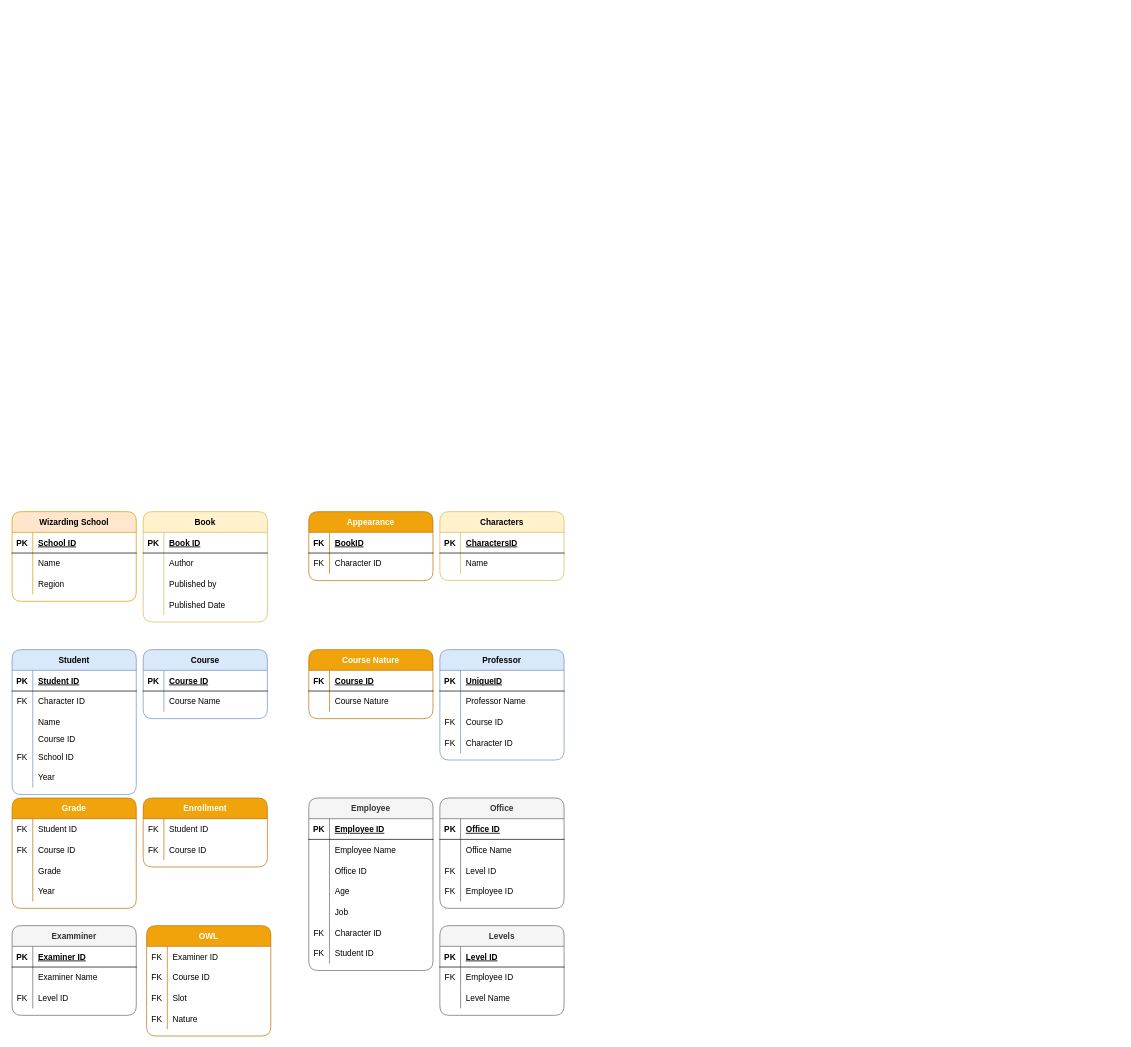
The draw.io diagram LabExam-ERD.drawio in mans00rahmed/Introduction-To-Databse-Lab, before the edit. Source tidied: cells renumbered, new cells numbered last; positions are measured from the earlier drawing's top-left corner, leaving out a move shared by most shapes. Both pictures are drawn from the tidied source at 69%, with x=0, y=0 at pixel (12, 511).
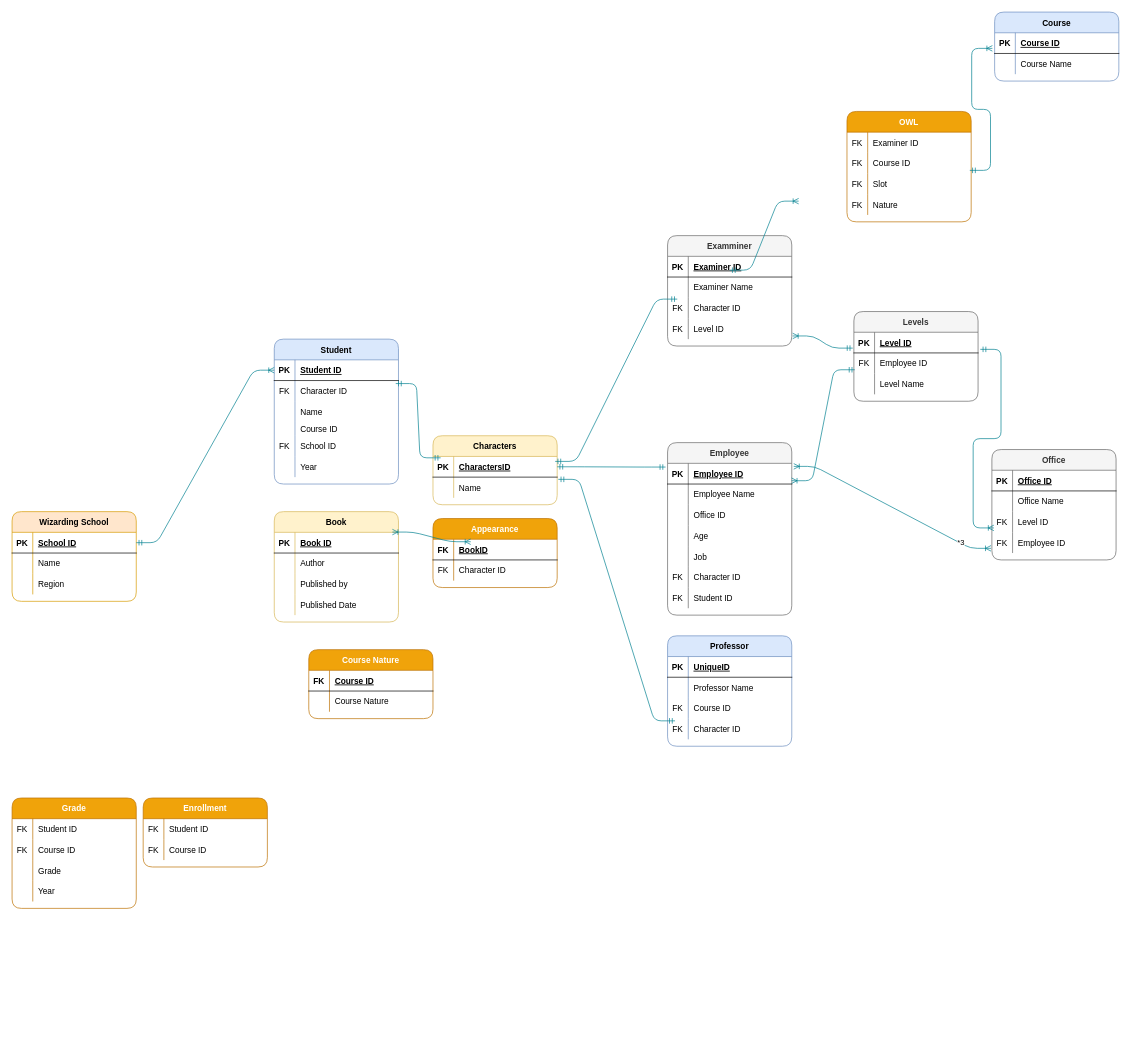
After the change.

The change refers to these unchanged cells:
```xml
<mxCell id="3" style="shape=partialRectangle;fillColor=none;top=0;left=0;bottom=1;right=0;points=[[0,0.5],[1,0.5]];portConstraint=eastwest;rounded=1;" parent="2" vertex="1">
  <mxGeometry y="30" width="180" height="30" as="geometry" />
</mxCell>
<mxCell id="13" style="shape=partialRectangle;fillColor=none;top=0;left=0;bottom=1;right=0;points=[[0,0.5],[1,0.5]];portConstraint=eastwest;rounded=1;" parent="12" vertex="1">
  <mxGeometry y="30" width="180" height="30" as="geometry" />
</mxCell>
<mxCell id="26" style="shape=partialRectangle;fillColor=none;top=0;left=0;bottom=1;right=0;points=[[0,0.5],[1,0.5]];portConstraint=eastwest;rounded=1;" parent="25" vertex="1">
  <mxGeometry y="30" width="180" height="30" as="geometry" />
</mxCell>
<mxCell id="33" style="shape=partialRectangle;fillColor=none;top=0;left=0;bottom=1;right=0;points=[[0,0.5],[1,0.5]];portConstraint=eastwest;rounded=1;" parent="32" vertex="1">
  <mxGeometry y="30" width="180" height="30" as="geometry" />
</mxCell>
<mxCell id="40" style="shape=partialRectangle;fillColor=none;top=0;left=0;bottom=1;right=0;points=[[0,0.5],[1,0.5]];portConstraint=eastwest;rounded=1;" parent="39" vertex="1">
  <mxGeometry y="30" width="180" height="30" as="geometry" />
</mxCell>
<mxCell id="43" style="shape=partialRectangle;fillColor=none;top=0;left=0;bottom=0;right=0;points=[[0,0.5],[1,0.5]];portConstraint=eastwest;rounded=1;" parent="39" vertex="1">
  <mxGeometry y="60" width="180" height="30" as="geometry" />
</mxCell>
<mxCell id="59" style="shape=partialRectangle;fillColor=none;top=0;left=0;bottom=1;right=0;points=[[0,0.5],[1,0.5]];portConstraint=eastwest;rounded=1;" parent="58" vertex="1">
  <mxGeometry y="30" width="180" height="30" as="geometry" />
</mxCell>
<mxCell id="82" style="shape=partialRectangle;fillColor=none;top=0;left=0;bottom=0;right=0;points=[[0,0.5],[1,0.5]];portConstraint=eastwest;rounded=1;" parent="72" vertex="1">
  <mxGeometry y="120" width="180" height="30" as="geometry" />
</mxCell>
<mxCell id="99" style="shape=partialRectangle;fillColor=none;top=0;left=0;bottom=1;right=0;points=[[0,0.5],[1,0.5]];portConstraint=eastwest;rounded=1;" parent="98" vertex="1">
  <mxGeometry y="30" width="180" height="30" as="geometry" />
</mxCell>
<mxCell id="102" style="shape=partialRectangle;fillColor=none;top=0;left=0;bottom=0;right=0;points=[[0,0.5],[1,0.5]];portConstraint=eastwest;rounded=1;" parent="98" vertex="1">
  <mxGeometry y="60" width="180" height="30" as="geometry" />
</mxCell>
<mxCell id="109" style="shape=partialRectangle;fillColor=none;top=0;left=0;bottom=1;right=0;points=[[0,0.5],[1,0.5]];portConstraint=eastwest;rounded=1;" parent="108" vertex="1">
  <mxGeometry y="30" width="180" height="30" as="geometry" />
</mxCell>
<mxCell id="137" style="shape=partialRectangle;fillColor=none;top=0;left=0;bottom=0;right=0;points=[[0,0.5],[1,0.5]];portConstraint=eastwest;rounded=1;" parent="130" vertex="1">
  <mxGeometry y="90" width="180" height="30" as="geometry" />
</mxCell>
<mxCell id="140" style="shape=partialRectangle;fillColor=none;top=0;left=0;bottom=0;right=0;points=[[0,0.5],[1,0.5]];portConstraint=eastwest;rounded=1;" parent="130" vertex="1">
  <mxGeometry y="120" width="180" height="30" as="geometry" />
</mxCell>
<mxCell id="154" style="shape=partialRectangle;fillColor=none;top=0;left=0;bottom=0;right=0;points=[[0,0.5],[1,0.5]];portConstraint=eastwest;rounded=1;" parent="150" vertex="1">
  <mxGeometry y="60" width="180" height="30" as="geometry" />
</mxCell>
```

What changed in the source:
```diff
@@
     <mxCell id="12" value="Book" style="shape=table;startSize=30;childLayout=tableLayout;rowLines=0;fontStyle=1;align=center;fillColor=#fff2cc;strokeColor=#d6b656;rounded=1;" parent="1" vertex="1">
-      <mxGeometry x="190" width="180" height="160" as="geometry" />
+      <mxGeometry x="380" width="180" height="160" as="geometry" />
     </mxCell>
@@
     <mxCell id="25" value="Appearance" style="shape=table;startSize=30;childLayout=tableLayout;rowLines=0;fontStyle=1;align=center;fillColor=#f0a30a;strokeColor=#BD7000;fontColor=#ffffff;rounded=1;" parent="1" vertex="1">
-      <mxGeometry x="430" width="180" height="100" as="geometry" />
+      <mxGeometry x="610" y="10" width="180" height="100" as="geometry" />
     </mxCell>
@@
     <mxCell id="32" value="Characters" style="shape=table;startSize=30;childLayout=tableLayout;rowLines=0;fontStyle=1;align=center;fillColor=#fff2cc;strokeColor=#d6b656;rounded=1;" parent="1" vertex="1">
-      <mxGeometry x="620" width="180" height="100" as="geometry" />
+      <mxGeometry x="610" y="-110" width="180" height="100" as="geometry" />
     </mxCell>
@@
     <mxCell id="39" value="Student" style="shape=table;startSize=30;childLayout=tableLayout;rowLines=0;fontStyle=1;align=center;fillColor=#dae8fc;strokeColor=#6c8ebf;rounded=1;" parent="1" vertex="1">
-      <mxGeometry y="200" width="180" height="210" as="geometry" />
+      <mxGeometry x="380" y="-250" width="180" height="210" as="geometry" />
     </mxCell>
@@
     <mxCell id="58" value="Course" style="shape=table;startSize=30;childLayout=tableLayout;rowLines=0;fontStyle=1;align=center;fillColor=#dae8fc;strokeColor=#6c8ebf;rounded=1;" parent="1" vertex="1">
-      <mxGeometry x="190" y="200" width="180" height="100" as="geometry" />
+      <mxGeometry x="1424" y="-724" width="180" height="100" as="geometry" />
     </mxCell>
@@
     <mxCell id="72" value="Professor" style="shape=table;startSize=30;childLayout=tableLayout;rowLines=0;fontStyle=1;align=center;fillColor=#dae8fc;strokeColor=#6c8ebf;rounded=1;" parent="1" vertex="1">
-      <mxGeometry x="620" y="200" width="180" height="160" as="geometry" />
+      <mxGeometry x="950" y="180" width="180" height="160" as="geometry" />
     </mxCell>
@@
     <mxCell id="98" value="Levels" style="shape=table;startSize=30;childLayout=tableLayout;rowLines=0;fontStyle=1;align=center;fillColor=#f5f5f5;strokeColor=#666666;fontColor=#333333;rounded=1;" parent="1" vertex="1">
-      <mxGeometry x="620" y="600" width="180" height="130" as="geometry" />
+      <mxGeometry x="1220" y="-290" width="180" height="130" as="geometry" />
     </mxCell>
@@
     <mxCell id="108" value="Employee" style="shape=table;startSize=30;childLayout=tableLayout;rowLines=0;fontStyle=1;align=center;fillColor=#f5f5f5;strokeColor=#666666;fontColor=#333333;rounded=1;" parent="1" vertex="1">
-      <mxGeometry x="430" y="415" width="180" height="250" as="geometry" />
+      <mxGeometry x="950" y="-100" width="180" height="250" as="geometry" />
     </mxCell>
@@
     <mxCell id="130" value="Office" style="shape=table;startSize=30;childLayout=tableLayout;rowLines=0;fontStyle=1;align=center;fillColor=#f5f5f5;strokeColor=#666666;fontColor=#333333;rounded=1;" parent="1" vertex="1">
-      <mxGeometry x="620" y="415" width="180" height="160" as="geometry" />
+      <mxGeometry x="1420" y="-90" width="180" height="160" as="geometry" />
     </mxCell>
@@
     <mxCell id="150" value="OWL" style="shape=table;startSize=30;childLayout=tableLayout;rowLines=0;fontStyle=1;align=center;fillColor=#f0a30a;strokeColor=#BD7000;fontColor=#ffffff;rounded=1;" parent="1" vertex="1">
-      <mxGeometry x="195" y="600" width="180" height="160" as="geometry" />
+      <mxGeometry x="1210" y="-580" width="180" height="160" as="geometry" />
     </mxCell>
@@
     <mxCell id="163" value="Examminer" style="shape=table;startSize=30;childLayout=tableLayout;rowLines=0;fontStyle=1;align=center;fillColor=#f5f5f5;strokeColor=#666666;fontColor=#333333;rounded=1;" parent="1" vertex="1">
-      <mxGeometry y="600" width="180" height="130" as="geometry" />
+      <mxGeometry x="950" y="-400" width="180" height="160" as="geometry" />
     </mxCell>
@@
+    <mxCell id="173" style="shape=partialRectangle;fillColor=none;top=0;left=0;bottom=0;right=0;points=[[0,0.5],[1,0.5]];portConstraint=eastwest;rounded=0;sketch=0;strokeColor=#028090;fontColor=#E4FDE1;" parent="163" vertex="1">
+      <mxGeometry y="90" width="180" height="30" as="geometry" />
+    </mxCell>
+    <mxCell id="174" value="FK" style="shape=partialRectangle;fillColor=none;top=0;left=0;bottom=0;right=0;fontStyle=0;overflow=hidden;" parent="173" vertex="1">
+      <mxGeometry width="30" height="30" as="geometry" />
+    </mxCell>
+    <mxCell id="175" value="Character ID" style="shape=partialRectangle;fillColor=none;top=0;left=0;bottom=0;right=0;align=left;spacingLeft=6;fontStyle=0;overflow=hidden;" parent="173" vertex="1">
+      <mxGeometry x="30" width="150" height="30" as="geometry" />
+    </mxCell>
     <mxCell id="170" style="shape=partialRectangle;fillColor=none;top=0;left=0;bottom=0;right=0;points=[[0,0.5],[1,0.5]];portConstraint=eastwest;rounded=1;" parent="163" vertex="1">
-      <mxGeometry y="90" width="180" height="30" as="geometry" />
+      <mxGeometry y="120" width="180" height="30" as="geometry" />
     </mxCell>
@@
+    <mxCell id="176" style="edgeStyle=entityRelationEdgeStyle;fontSize=12;html=1;endArrow=ERoneToMany;startArrow=ERmandOne;strokeColor=#028090;fillColor=#F45B69;" parent="1" edge="1" source="3" target="40">
+      <mxGeometry relative="1" as="geometry" />
+    </mxCell>
+    <mxCell id="177" style="edgeStyle=entityRelationEdgeStyle;fontSize=12;html=1;endArrow=ERoneToMany;startArrow=ERoneToMany;strokeColor=#028090;fillColor=#F45B69;exitX=0.951;exitY=-0.013;exitDx=0;exitDy=0;exitPerimeter=0;entryX=0.304;entryY=0.12;entryDx=0;entryDy=0;entryPerimeter=0;" parent="1" edge="1" source="13" target="26">
+      <mxGeometry relative="1" as="geometry" />
+    </mxCell>
+    <mxCell id="178" style="edgeStyle=entityRelationEdgeStyle;fontSize=12;html=1;endArrow=ERmandOne;startArrow=ERmandOne;strokeColor=#028090;fillColor=#F45B69;entryX=-0.016;entryY=0.18;entryDx=0;entryDy=0;entryPerimeter=0;" parent="1" edge="1" source="33" target="109">
+      <mxGeometry relative="1" as="geometry" />
+    </mxCell>
+    <mxCell id="179" style="edgeStyle=entityRelationEdgeStyle;fontSize=12;html=1;endArrow=ERmandOne;startArrow=ERmandOne;strokeColor=#028090;fillColor=#F45B69;exitX=0.978;exitY=0.147;exitDx=0;exitDy=0;entryX=0.062;entryY=0.067;entryDx=0;entryDy=0;entryPerimeter=0;exitPerimeter=0;" parent="1" edge="1" source="43" target="33">
+      <mxGeometry relative="1" as="geometry" />
+    </mxCell>
+    <mxCell id="180" style="edgeStyle=entityRelationEdgeStyle;fontSize=12;html=1;endArrow=ERmandOne;startArrow=ERmandOne;strokeColor=#028090;fillColor=#F45B69;exitX=0.06;exitY=0.107;exitDx=0;exitDy=0;exitPerimeter=0;entryX=1.009;entryY=1.107;entryDx=0;entryDy=0;entryPerimeter=0;" parent="1" edge="1" source="82" target="33">
+      <mxGeometry relative="1" as="geometry" />
+    </mxCell>
+    <mxCell id="181" style="edgeStyle=entityRelationEdgeStyle;fontSize=12;html=1;endArrow=ERmandOne;startArrow=ERmandOne;strokeColor=#028090;fillColor=#F45B69;exitX=0.984;exitY=0.24;exitDx=0;exitDy=0;exitPerimeter=0;entryX=0.078;entryY=0.067;entryDx=0;entryDy=0;entryPerimeter=0;" parent="1" edge="1" source="33" target="173">
+      <mxGeometry relative="1" as="geometry" />
+    </mxCell>
+    <mxCell id="182" style="edgeStyle=entityRelationEdgeStyle;fontSize=12;html=1;endArrow=ERoneToMany;startArrow=ERoneToMany;strokeColor=#028090;fillColor=#F45B69;exitX=-0.007;exitY=0.773;exitDx=0;exitDy=0;exitPerimeter=0;entryX=1.016;entryY=0.147;entryDx=0;entryDy=0;entryPerimeter=0;" parent="1" edge="1" source="140" target="109">
+      <mxGeometry relative="1" as="geometry" />
+    </mxCell>
+    <mxCell id="183" value="*3" style="edgeLabel;html=1;align=center;verticalAlign=middle;" parent="182" vertex="1">
+      <mxGeometry x="-0.7" y="-1" relative="1" as="geometry" />
+    </mxCell>
+    <mxCell id="184" style="edgeStyle=entityRelationEdgeStyle;fontSize=12;html=1;endArrow=ERoneToMany;startArrow=ERmandOne;strokeColor=#028090;fillColor=#F45B69;entryX=0.998;entryY=0.84;entryDx=0;entryDy=0;entryPerimeter=0;exitX=0.007;exitY=0.813;exitDx=0;exitDy=0;exitPerimeter=0;" parent="1" edge="1" source="102" target="109">
+      <mxGeometry relative="1" as="geometry" />
+    </mxCell>
+    <mxCell id="185" style="edgeStyle=entityRelationEdgeStyle;fontSize=12;html=1;endArrow=ERoneToMany;startArrow=ERmandOne;strokeColor=#028090;fillColor=#F45B69;entryX=0.016;entryY=0.787;entryDx=0;entryDy=0;entryPerimeter=0;exitX=1.018;exitY=0.827;exitDx=0;exitDy=0;exitPerimeter=0;" parent="1" edge="1" source="99" target="137">
+      <mxGeometry relative="1" as="geometry" />
+    </mxCell>
+    <mxCell id="186" style="edgeStyle=entityRelationEdgeStyle;fontSize=12;html=1;endArrow=ERoneToMany;startArrow=ERmandOne;strokeColor=#028090;fillColor=#F45B69;entryX=1.007;entryY=0.847;entryDx=0;entryDy=0;entryPerimeter=0;exitX=-0.009;exitY=0.767;exitDx=0;exitDy=0;exitPerimeter=0;" parent="1" edge="1" source="99" target="170">
+      <mxGeometry relative="1" as="geometry" />
+    </mxCell>
+    <mxCell id="187" style="edgeStyle=entityRelationEdgeStyle;fontSize=12;html=1;endArrow=ERoneToMany;startArrow=ERmandOne;strokeColor=#028090;fillColor=#F45B69;exitX=0.989;exitY=0.847;exitDx=0;exitDy=0;exitPerimeter=0;entryX=-0.018;entryY=0.753;entryDx=0;entryDy=0;entryPerimeter=0;" parent="1" edge="1" source="154" target="59">
+      <mxGeometry relative="1" as="geometry" />
+    </mxCell>
+    <mxCell id="188" style="edgeStyle=entityRelationEdgeStyle;fontSize=12;html=1;endArrow=ERoneToMany;startArrow=ERmandOne;strokeColor=#028090;fillColor=#F45B69;" parent="1" edge="1">
+      <mxGeometry relative="1" as="geometry">
+        <mxPoint x="1040" y="-350" as="sourcePoint" />
+        <mxPoint x="1140" y="-450" as="targetPoint" />
+      </mxGeometry>
+    </mxCell>
```
